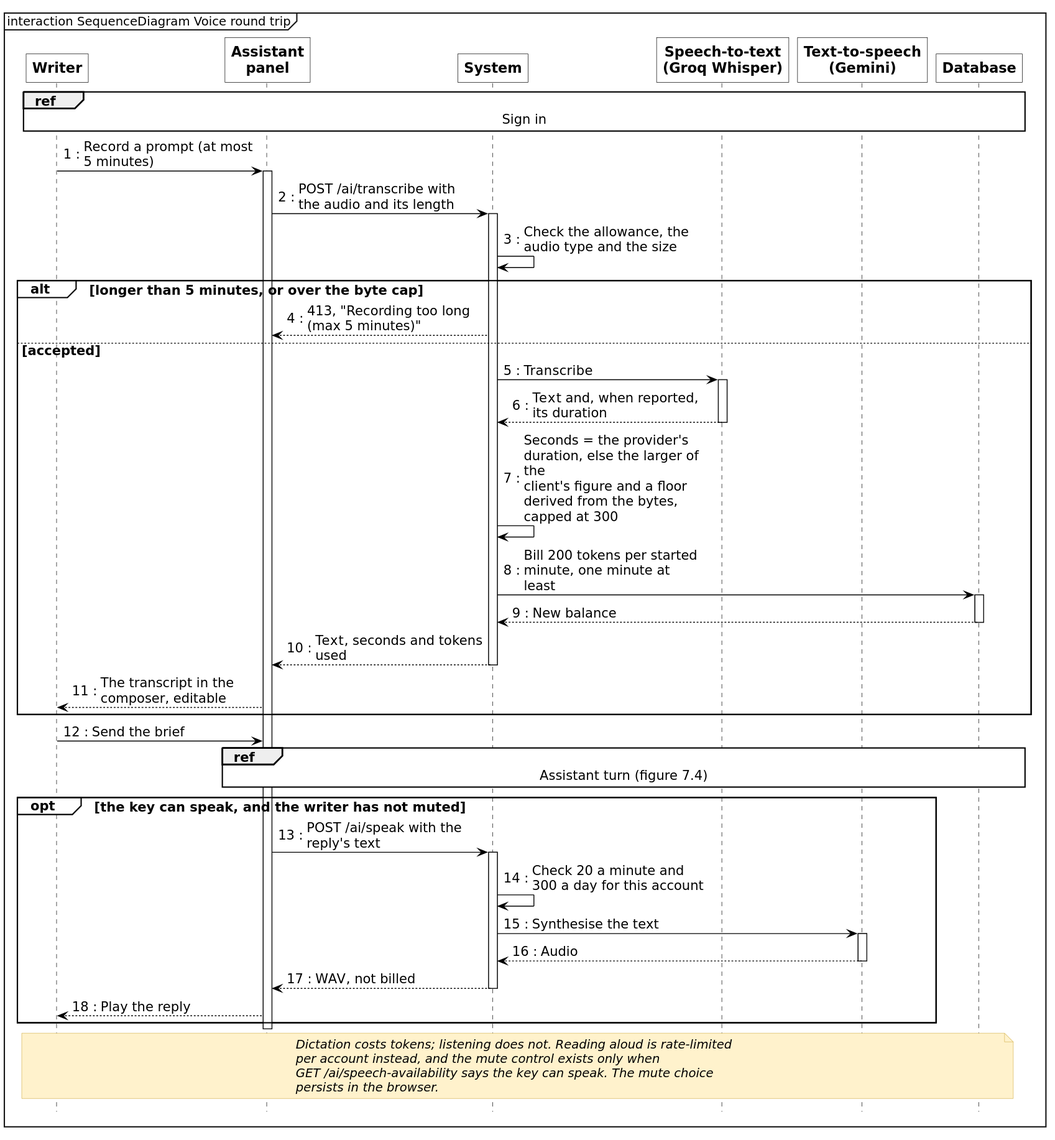
Earlier version of the PlantUML export diagrams/fig-7-6-sequence-voice-round-trip/fig-7-6-sequence-voice-round-trip.svg (inkwell-dev/spec.inkwell.ai).
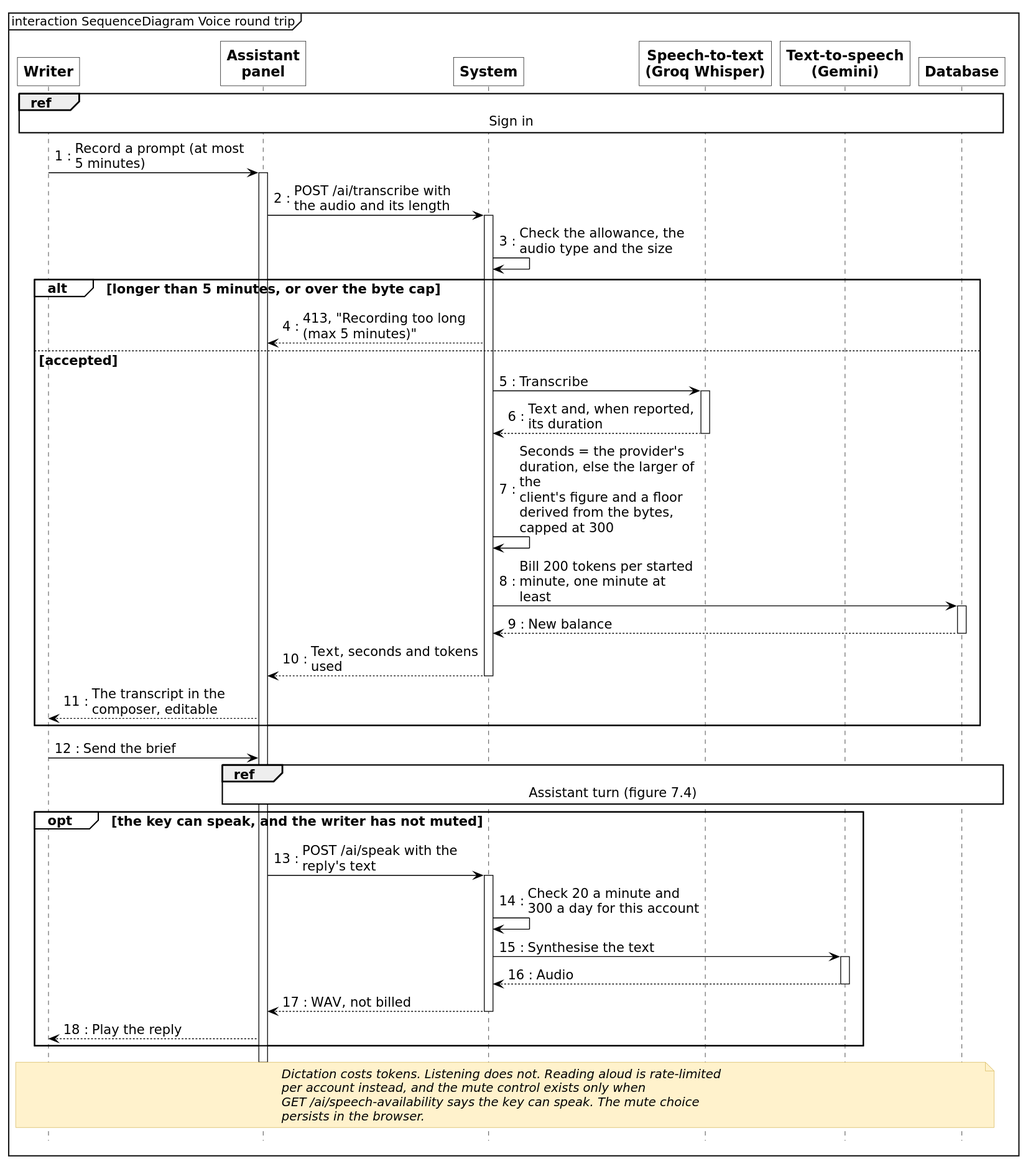
The same file after the commit.

What changed in the source:
```diff
@@ -54,7 +54,7 @@
 deactivate P
 
 note over R, D
-  Dictation costs tokens; listening does not. Reading aloud is rate-limited
+  Dictation costs tokens. Listening does not. Reading aloud is rate-limited
   per account instead, and the mute control exists only when
   GET /ai/speech-availability says the key can speak. The mute choice
   persists in the browser.
```
